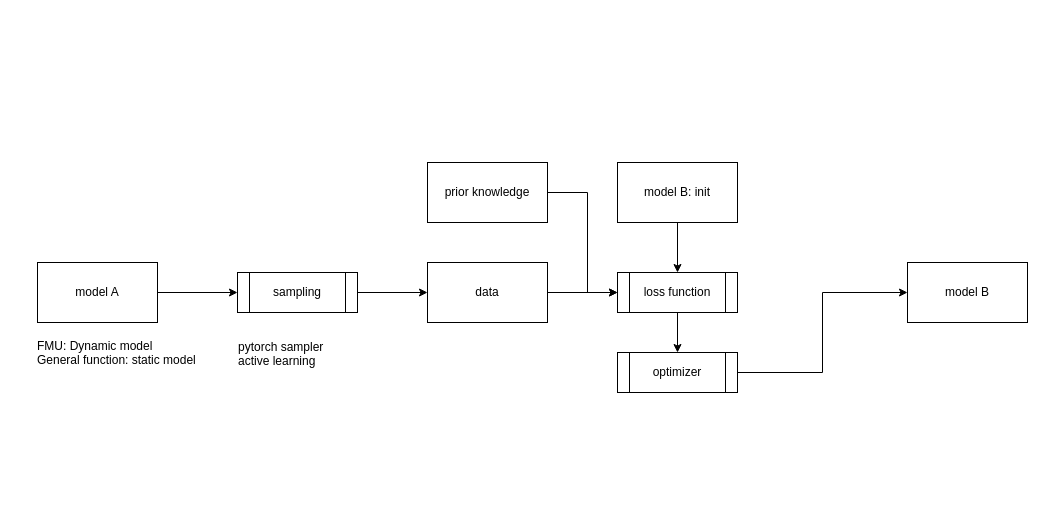
The draw.io diagram page "yingzi-reducer" (2 of 8) of digitaltwin.drawio in zhangjinyiyi/SmallTest, before the edit. Source tidied: cells renumbered, new cells numbered last; positions are measured from the earlier drawing's top-left corner, leaving out a move shared by most shapes. Both pictures are drawn from the tidied source at 100%, with x=0, y=0 at pixel (35, 162).
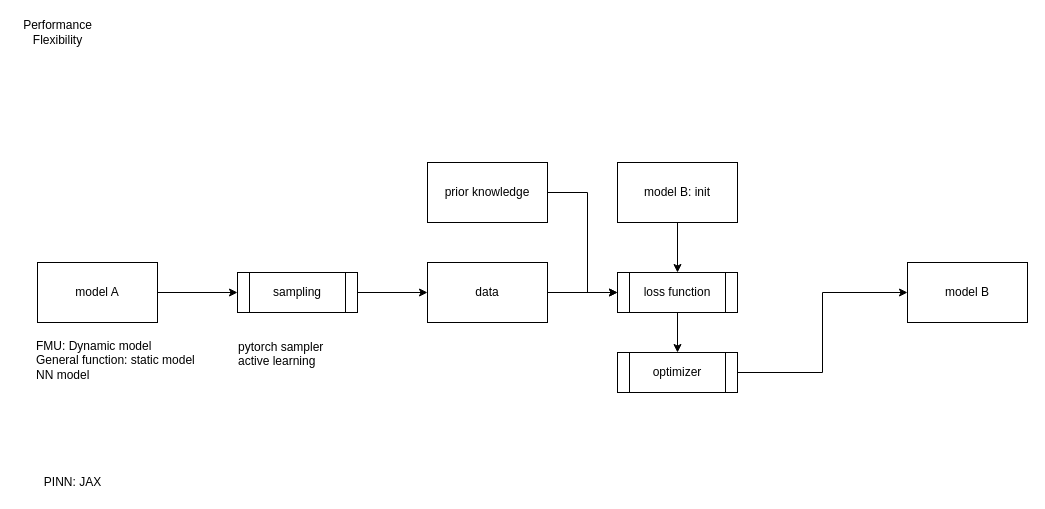
After the change.

Change to the diagram source:
```diff
@@
-    <mxCell id="6" value="FMU: Dynamic model&lt;br&gt;General function: static model" style="text;html=1;align=left;verticalAlign=top;strokeColor=none;fillColor=none;fontSize=12;fontColor=#000000;" parent="1" vertex="1">
-      <mxGeometry y="170" width="170" height="30" as="geometry" />
+    <mxCell id="6" value="FMU: Dynamic model&lt;br&gt;General function: static model&lt;br&gt;NN model" style="text;html=1;align=left;verticalAlign=top;strokeColor=none;fillColor=none;fontSize=12;fontColor=#000000;" parent="1" vertex="1">
+      <mxGeometry x="-1" y="170" width="170" height="50" as="geometry" />
     </mxCell>
@@
+    <mxCell id="19" value="PINN: JAX" style="text;html=1;align=center;verticalAlign=middle;strokeColor=none;fillColor=none;fontSize=12;fontColor=#000000;" parent="1" vertex="1">
+      <mxGeometry x="2" y="310" width="70" height="20" as="geometry" />
+    </mxCell>
+    <mxCell id="20" value="Performance&lt;br&gt;Flexibility" style="text;html=1;align=center;verticalAlign=middle;strokeColor=none;fillColor=none;fontSize=12;fontColor=#000000;" parent="1" vertex="1">
+      <mxGeometry x="-18" y="-145" width="80" height="30" as="geometry" />
+    </mxCell>
```
